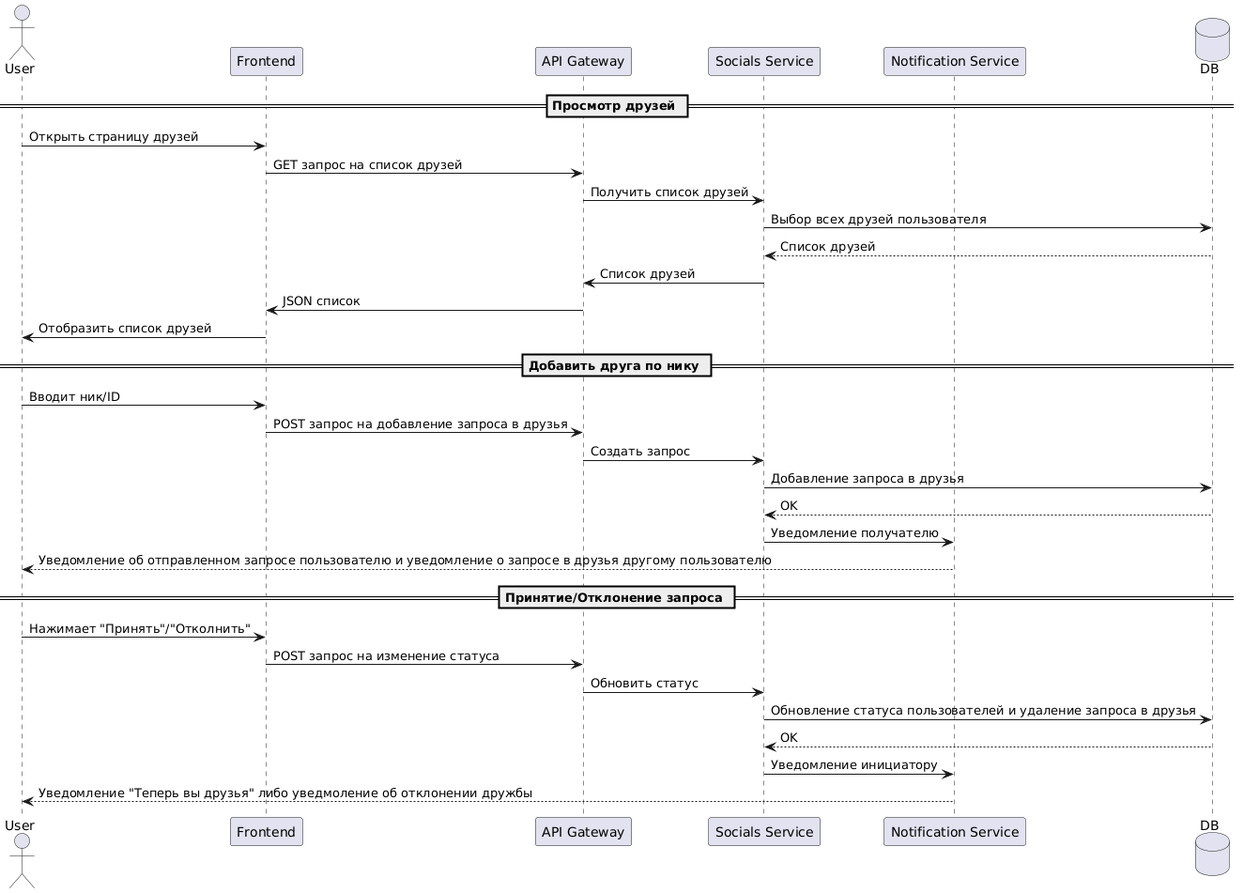
danelloptz/flixie keeps this PlantUML diagram as docs/pngs/sequence_friends.png. Above is the earlier version.
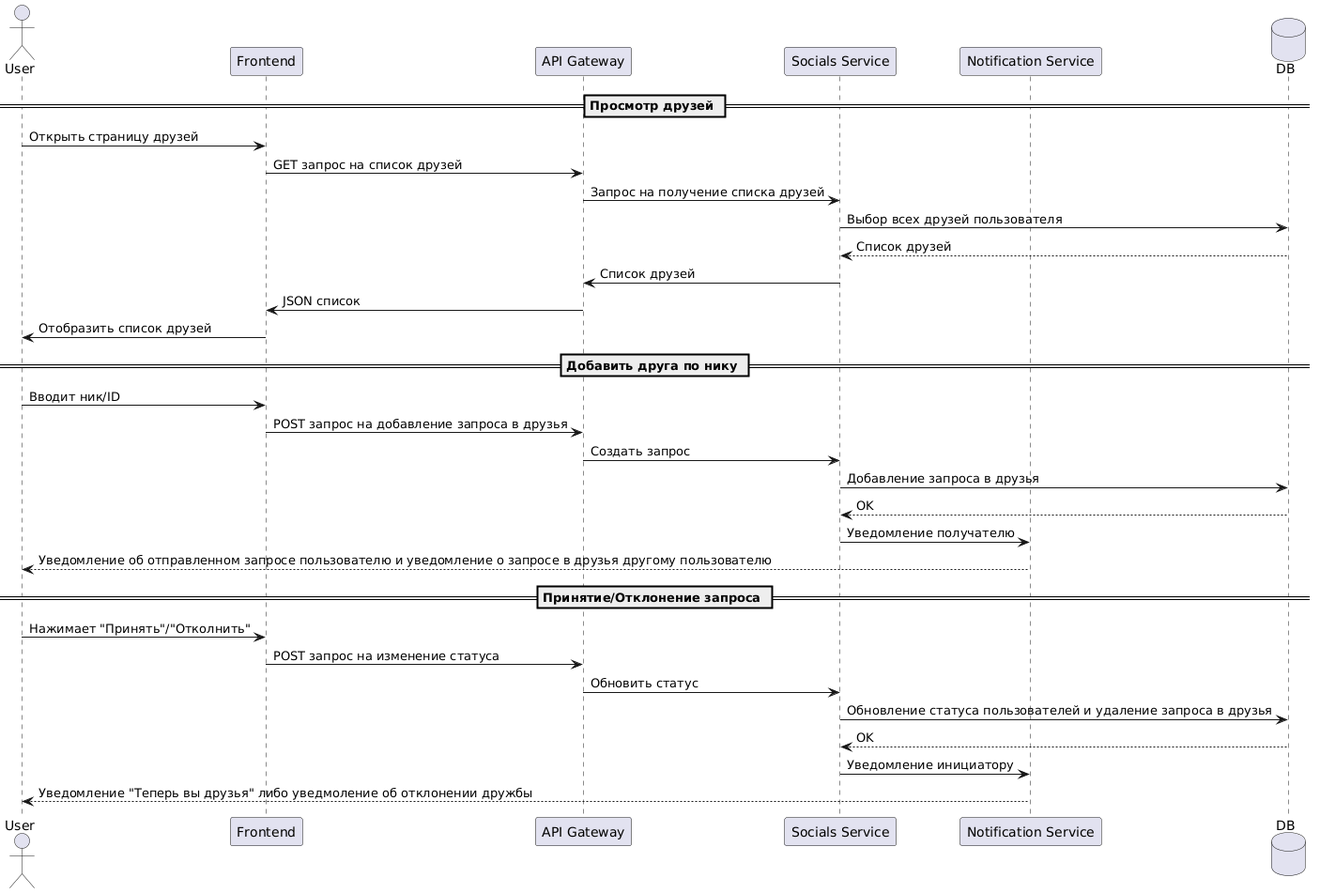
After the change.

What changed in the source:
```diff
@@ -9,7 +9,7 @@
 == Просмотр друзей ==
 User -> FE : Открыть страницу друзей
 FE -> API : GET запрос на список друзей
-API -> Socials : Получить список друзей
+API -> Socials : Запрос на получение списка друзей
 Socials -> DB : Выбор всех друзей пользователя
 DB --> Socials : Список друзей
 Socials -> API : Список друзей
```
